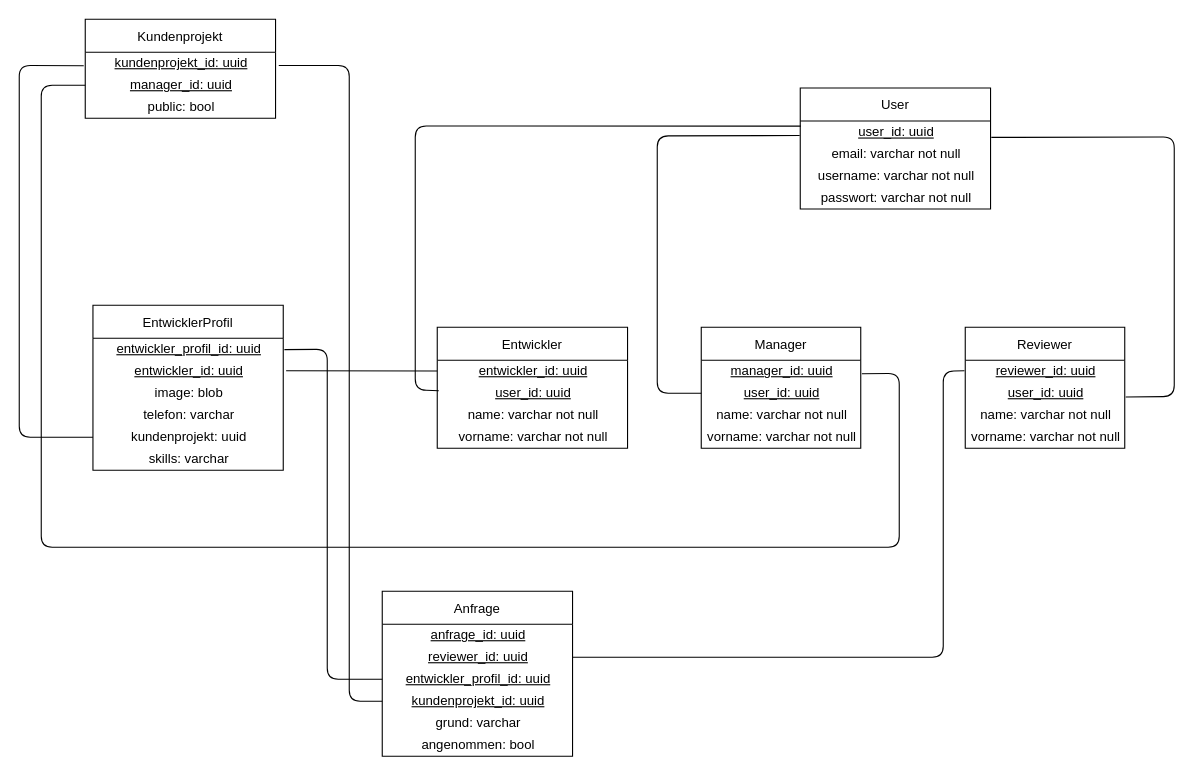
Earlier version of the draw.io diagram page "Logisch" (2 of 2) of docs/diagram/ERDiagramm.drawio (TomKeppeler/WRAM). Source tidied: cells renumbered, new cells numbered last; positions are measured from the earlier drawing's top-left corner, leaving out a move shared by most shapes. Both pictures are drawn from the tidied source at 110%, with x=0, y=0 at pixel (19, 19).
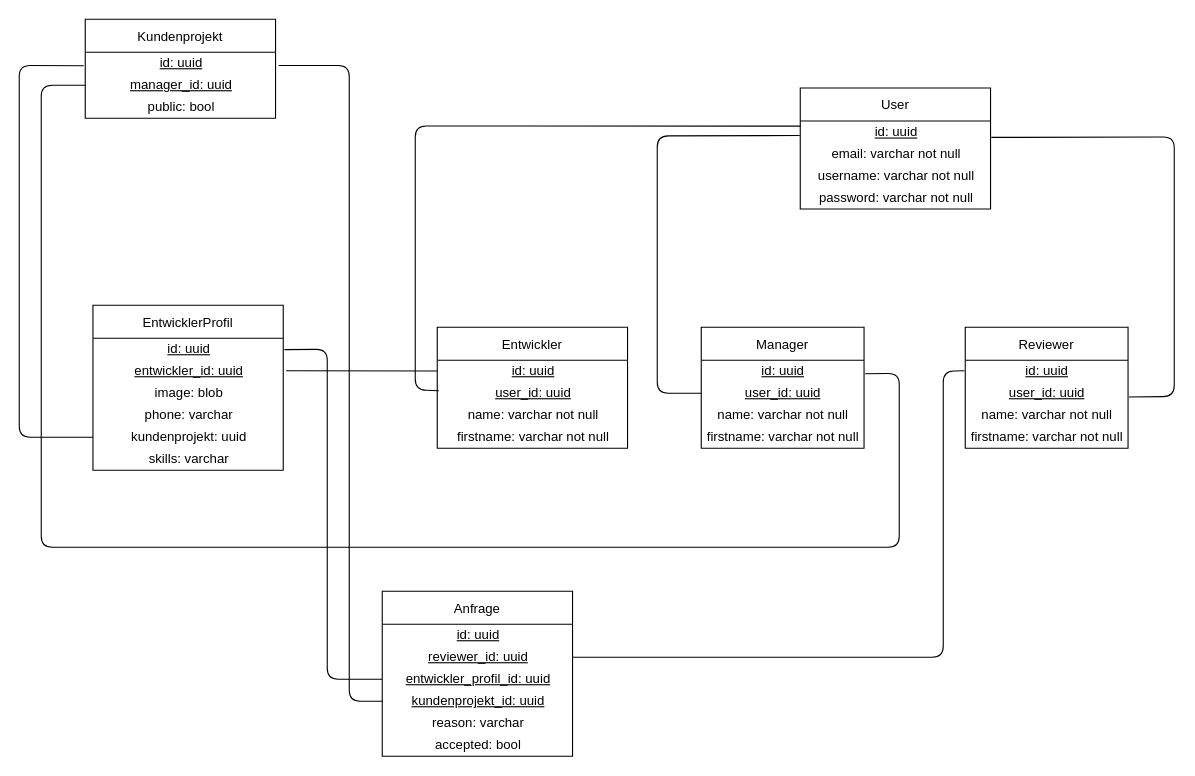
The same page after the edit.

The change refers to these unchanged cells:
```xml
<mxCell id="2" value="User" style="swimlane;fontStyle=0;horizontal=1;startSize=30;" parent="1" vertex="1">
  <mxGeometry x="710" y="62.5" width="173" height="110" as="geometry" />
</mxCell>
<mxCell id="17" value="Entwickler" style="swimlane;fontStyle=0;horizontal=1;startSize=30;" parent="1" vertex="1">
  <mxGeometry x="380" y="280" width="173" height="110" as="geometry" />
</mxCell>
<mxCell id="25" value="EntwicklerProfil" style="swimlane;fontStyle=0;horizontal=1;startSize=30;" parent="1" vertex="1">
  <mxGeometry x="67" y="260" width="173" height="150" as="geometry" />
</mxCell>
<mxCell id="34" value="Kundenprojekt" style="swimlane;fontStyle=0;horizontal=1;startSize=30;" parent="1" vertex="1">
  <mxGeometry x="60" width="173" height="90" as="geometry" />
</mxCell>
<mxCell id="40" value="Anfrage" style="swimlane;fontStyle=0;horizontal=1;startSize=30;" parent="1" vertex="1">
  <mxGeometry x="330" y="520" width="173" height="150" as="geometry" />
</mxCell>
```

Change to the diagram source:
```diff
@@
-    <mxCell id="3" value="&lt;u&gt;user_id: uuid&lt;/u&gt;" style="text;html=1;align=center;verticalAlign=middle;points=[];strokeColor=none;fillColor=none;" parent="2" vertex="1">
+    <mxCell id="3" value="&lt;u&gt;id: uuid&lt;/u&gt;" style="text;html=1;align=center;verticalAlign=middle;points=[];strokeColor=none;fillColor=none;" parent="2" vertex="1">
       <mxGeometry y="30" width="173" height="20" as="geometry" />
     </mxCell>
@@
-    <mxCell id="6" value="passwort: varchar not null" style="text;html=1;align=center;verticalAlign=middle;strokeColor=none;fillColor=none;" parent="2" vertex="1">
+    <mxCell id="6" value="password: varchar not null" style="text;html=1;align=center;verticalAlign=middle;strokeColor=none;fillColor=none;" parent="2" vertex="1">
       <mxGeometry y="90" width="173" height="20" as="geometry" />
     </mxCell>
     <mxCell id="7" value="Reviewer" style="swimlane;fontStyle=0;horizontal=1;startSize=30;" parent="1" vertex="1">
-      <mxGeometry x="860" y="280" width="145" height="110" as="geometry" />
+      <mxGeometry x="860" y="280" width="148" height="110" as="geometry" />
     </mxCell>
-    <mxCell id="8" value="&lt;u&gt;reviewer_id: uuid&lt;/u&gt;" style="text;html=1;align=center;verticalAlign=middle;points=[];strokeColor=none;fillColor=none;" parent="7" vertex="1">
-      <mxGeometry y="30" width="145" height="20" as="geometry" />
+    <mxCell id="8" value="&lt;u&gt;id: uuid&lt;/u&gt;" style="text;html=1;align=center;verticalAlign=middle;points=[];strokeColor=none;fillColor=none;" parent="7" vertex="1">
+      <mxGeometry y="30" width="148" height="20" as="geometry" />
     </mxCell>
     <mxCell id="9" value="&lt;u&gt;user_id: uuid&lt;/u&gt;" style="text;html=1;align=center;verticalAlign=middle;points=[];strokeColor=none;fillColor=none;" parent="7" vertex="1">
-      <mxGeometry y="50" width="145" height="20" as="geometry" />
+      <mxGeometry y="50" width="148" height="20" as="geometry" />
     </mxCell>
     <mxCell id="10" value="name: varchar not null" style="text;html=1;align=center;verticalAlign=middle;strokeColor=none;fillColor=none;" parent="7" vertex="1">
-      <mxGeometry y="70" width="145" height="20" as="geometry" />
+      <mxGeometry y="70" width="148" height="20" as="geometry" />
     </mxCell>
-    <mxCell id="11" value="vorname: varchar not null" style="text;html=1;align=center;verticalAlign=middle;strokeColor=none;fillColor=none;" parent="7" vertex="1">
-      <mxGeometry y="90" width="145" height="20" as="geometry" />
+    <mxCell id="11" value="firstname: varchar not null" style="text;html=1;align=center;verticalAlign=middle;strokeColor=none;fillColor=none;" parent="7" vertex="1">
+      <mxGeometry y="90" width="148" height="20" as="geometry" />
     </mxCell>
     <mxCell id="12" value="Manager" style="swimlane;fontStyle=0;horizontal=1;startSize=30;" parent="1" vertex="1">
-      <mxGeometry x="620" y="280" width="145" height="110" as="geometry" />
+      <mxGeometry x="620" y="280" width="148" height="110" as="geometry" />
     </mxCell>
-    <mxCell id="13" value="&lt;u&gt;manager_id: uuid&lt;/u&gt;" style="text;html=1;align=center;verticalAlign=middle;points=[];strokeColor=none;fillColor=none;" parent="12" vertex="1">
-      <mxGeometry y="30" width="145" height="20" as="geometry" />
+    <mxCell id="13" value="&lt;u&gt;id: uuid&lt;/u&gt;" style="text;html=1;align=center;verticalAlign=middle;points=[];strokeColor=none;fillColor=none;" parent="12" vertex="1">
+      <mxGeometry y="30" width="148" height="20" as="geometry" />
     </mxCell>
     <mxCell id="14" value="&lt;u&gt;user_id: uuid&lt;/u&gt;" style="text;html=1;align=center;verticalAlign=middle;points=[];strokeColor=none;fillColor=none;" parent="12" vertex="1">
-      <mxGeometry y="50" width="145" height="20" as="geometry" />
+      <mxGeometry y="50" width="148" height="20" as="geometry" />
     </mxCell>
     <mxCell id="15" value="name: varchar not null" style="text;html=1;align=center;verticalAlign=middle;strokeColor=none;fillColor=none;" parent="12" vertex="1">
-      <mxGeometry y="70" width="145" height="20" as="geometry" />
+      <mxGeometry y="70" width="148" height="20" as="geometry" />
     </mxCell>
-    <mxCell id="16" value="vorname: varchar not null" style="text;html=1;align=center;verticalAlign=middle;strokeColor=none;fillColor=none;" parent="12" vertex="1">
-      <mxGeometry y="90" width="145" height="20" as="geometry" />
+    <mxCell id="16" value="firstname: varchar not null" style="text;html=1;align=center;verticalAlign=middle;strokeColor=none;fillColor=none;" parent="12" vertex="1">
+      <mxGeometry y="90" width="148" height="20" as="geometry" />
     </mxCell>
@@
-    <mxCell id="18" value="&lt;u&gt;entwickler_id: uuid&lt;/u&gt;" style="text;html=1;align=center;verticalAlign=middle;points=[];strokeColor=none;fillColor=none;" parent="17" vertex="1">
+    <mxCell id="18" value="&lt;u&gt;id: uuid&lt;/u&gt;" style="text;html=1;align=center;verticalAlign=middle;points=[];strokeColor=none;fillColor=none;" parent="17" vertex="1">
       <mxGeometry y="30" width="173" height="20" as="geometry" />
     </mxCell>
@@
-    <mxCell id="21" value="vorname: varchar not null" style="text;html=1;align=center;verticalAlign=middle;strokeColor=none;fillColor=none;" parent="17" vertex="1">
+    <mxCell id="21" value="firstname: varchar not null" style="text;html=1;align=center;verticalAlign=middle;strokeColor=none;fillColor=none;" parent="17" vertex="1">
       <mxGeometry y="90" width="173" height="20" as="geometry" />
     </mxCell>
@@
-    <mxCell id="26" value="&lt;u&gt;entwickler_profil_id: uuid&lt;/u&gt;" style="text;html=1;align=center;verticalAlign=middle;points=[];strokeColor=none;fillColor=none;" parent="25" vertex="1">
+    <mxCell id="26" value="&lt;u&gt;id: uuid&lt;/u&gt;" style="text;html=1;align=center;verticalAlign=middle;points=[];strokeColor=none;fillColor=none;" parent="25" vertex="1">
       <mxGeometry y="30" width="173" height="20" as="geometry" />
     </mxCell>
@@
-    <mxCell id="29" value="telefon: varchar" style="text;html=1;align=center;verticalAlign=middle;strokeColor=none;fillColor=none;" parent="25" vertex="1">
+    <mxCell id="29" value="phone: varchar" style="text;html=1;align=center;verticalAlign=middle;strokeColor=none;fillColor=none;" parent="25" vertex="1">
       <mxGeometry y="90" width="173" height="20" as="geometry" />
     </mxCell>
@@
-    <mxCell id="35" value="&lt;u&gt;kundenprojekt_id: uuid&lt;/u&gt;" style="text;html=1;align=center;verticalAlign=middle;points=[];strokeColor=none;fillColor=none;" parent="34" vertex="1">
+    <mxCell id="35" value="&lt;u&gt;id: uuid&lt;/u&gt;" style="text;html=1;align=center;verticalAlign=middle;points=[];strokeColor=none;fillColor=none;" parent="34" vertex="1">
       <mxGeometry y="30" width="173" height="20" as="geometry" />
     </mxCell>
@@
-    <mxCell id="41" value="&lt;u&gt;anfrage_id: uuid&lt;/u&gt;" style="text;html=1;align=center;verticalAlign=middle;strokeColor=none;fillColor=none;" parent="40" vertex="1">
+    <mxCell id="41" value="&lt;u&gt;id: uuid&lt;/u&gt;" style="text;html=1;align=center;verticalAlign=middle;strokeColor=none;fillColor=none;" parent="40" vertex="1">
       <mxGeometry y="30" width="173" height="20" as="geometry" />
     </mxCell>
@@
-    <mxCell id="45" value="grund: varchar" style="text;html=1;align=center;verticalAlign=middle;strokeColor=none;fillColor=none;" parent="40" vertex="1">
+    <mxCell id="45" value="reason: varchar" style="text;html=1;align=center;verticalAlign=middle;strokeColor=none;fillColor=none;" parent="40" vertex="1">
       <mxGeometry y="110" width="173" height="20" as="geometry" />
     </mxCell>
-    <mxCell id="46" value="angenommen: bool" style="text;html=1;align=center;verticalAlign=middle;strokeColor=none;fillColor=none;" parent="40" vertex="1">
+    <mxCell id="46" value="accepted: bool" style="text;html=1;align=center;verticalAlign=middle;strokeColor=none;fillColor=none;" parent="40" vertex="1">
       <mxGeometry y="130" width="173" height="20" as="geometry" />
     </mxCell>
```
